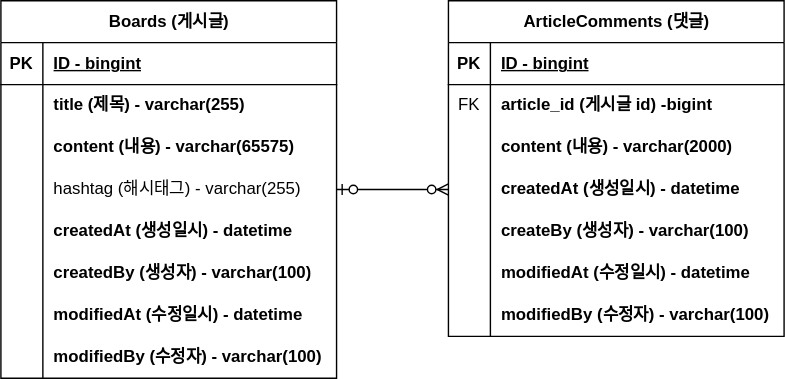
Before: document/board-domain-erd.svg, a diagram exported from draw.io (H-24/project-board). Source tidied: cells renumbered, new cells last; positions are measured from the earlier drawing's top-left corner, leaving out a move shared by most shapes.
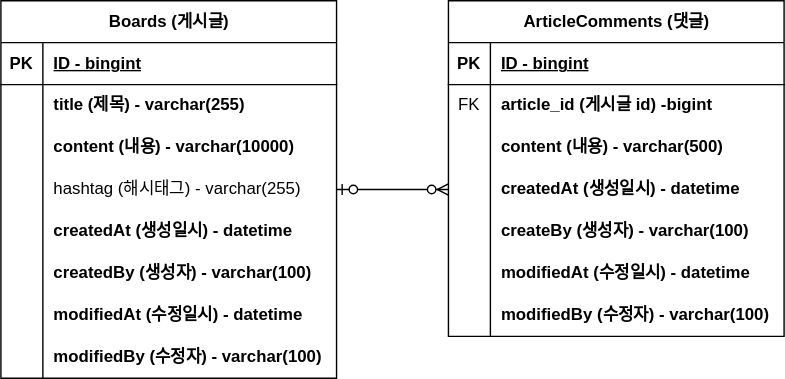
Above is the later version.

Commit message:
#14 - ERD 업데이트: content 사이즈 변경

What changed in the source:
```diff
@@ -29,7 +29,7 @@
     <mxCell id="10" style="shape=partialRectangle;fillColor=none;top=0;left=0;bottom=0;right=0;overflow=hidden;whiteSpace=wrap;html=1;" parent="9" vertex="1">
       <mxGeometry width="30" height="30" as="geometry" />
     </mxCell>
-    <mxCell id="11" value="&lt;b&gt;content (내용) - varchar(65575)&lt;/b&gt;" style="shape=partialRectangle;fillColor=none;top=0;left=0;bottom=0;right=0;align=left;spacingLeft=6;overflow=hidden;whiteSpace=wrap;html=1;" parent="9" vertex="1">
+    <mxCell id="11" value="&lt;b&gt;content (내용) - varchar(10000)&lt;/b&gt;" style="shape=partialRectangle;fillColor=none;top=0;left=0;bottom=0;right=0;align=left;spacingLeft=6;overflow=hidden;whiteSpace=wrap;html=1;" parent="9" vertex="1">
       <mxGeometry x="30" width="210" height="30" as="geometry" />
     </mxCell>
     <mxCell id="12" style="shape=tableRow;horizontal=0;startSize=0;swimlaneHead=0;swimlaneBody=0;fillColor=none;points=[[0,0.5],[1,0.5]];portConstraint=eastwest;top=0;left=0;right=0;bottom=0;" parent="2" vertex="1">
@@ -104,7 +104,7 @@
     <mxCell id="35" style="shape=partialRectangle;fillColor=none;top=0;left=0;bottom=0;right=0;overflow=hidden;whiteSpace=wrap;html=1;" parent="34" vertex="1">
       <mxGeometry width="30" height="30" as="geometry" />
     </mxCell>
-    <mxCell id="36" value="&lt;b&gt;content (내용) - varchar(2000)&lt;/b&gt;" style="shape=partialRectangle;fillColor=none;top=0;left=0;bottom=0;right=0;align=left;spacingLeft=6;overflow=hidden;whiteSpace=wrap;html=1;" parent="34" vertex="1">
+    <mxCell id="36" value="&lt;b&gt;content (내용) - varchar(500)&lt;/b&gt;" style="shape=partialRectangle;fillColor=none;top=0;left=0;bottom=0;right=0;align=left;spacingLeft=6;overflow=hidden;whiteSpace=wrap;html=1;" parent="34" vertex="1">
       <mxGeometry x="30" width="210" height="30" as="geometry" />
     </mxCell>
     <mxCell id="37" style="shape=tableRow;horizontal=0;startSize=0;swimlaneHead=0;swimlaneBody=0;fillColor=none;points=[[0,0.5],[1,0.5]];portConstraint=eastwest;top=0;left=0;right=0;bottom=0;" parent="27" vertex="1">
```
